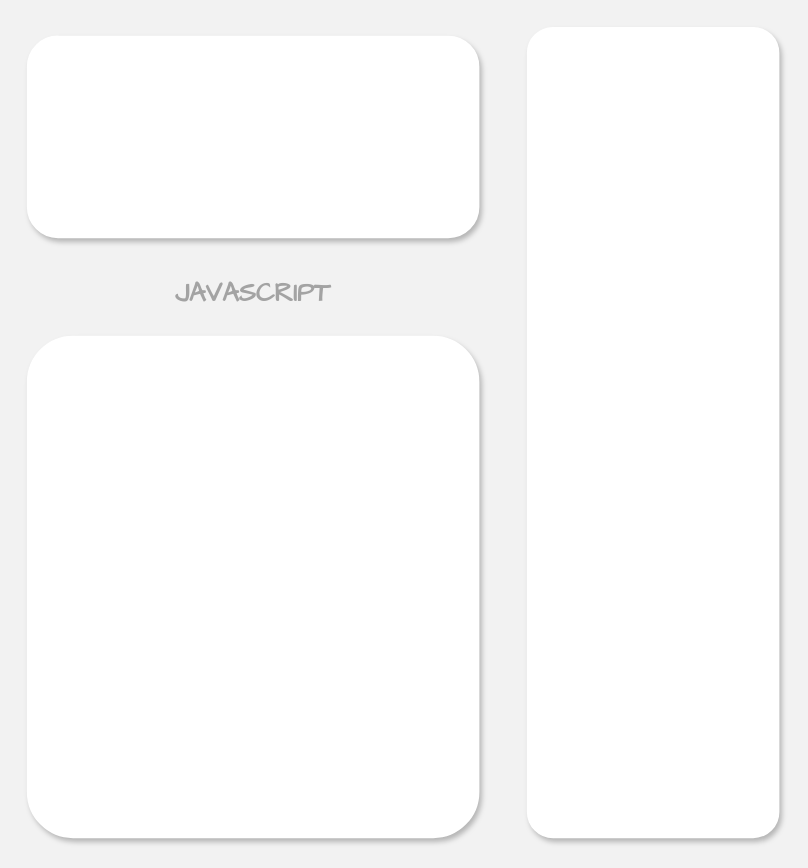
Above: Node.js架构.drawio in Yaozongbin0828/UMLetDraw (draw.io), before the change. Source tidied: cells renumbered, new cells numbered last; positions are measured from the earlier drawing's top-left corner, leaving out a move shared by most shapes. Both pictures are drawn from the tidied source at 125%, with x=0, y=0 at pixel (28, 28).
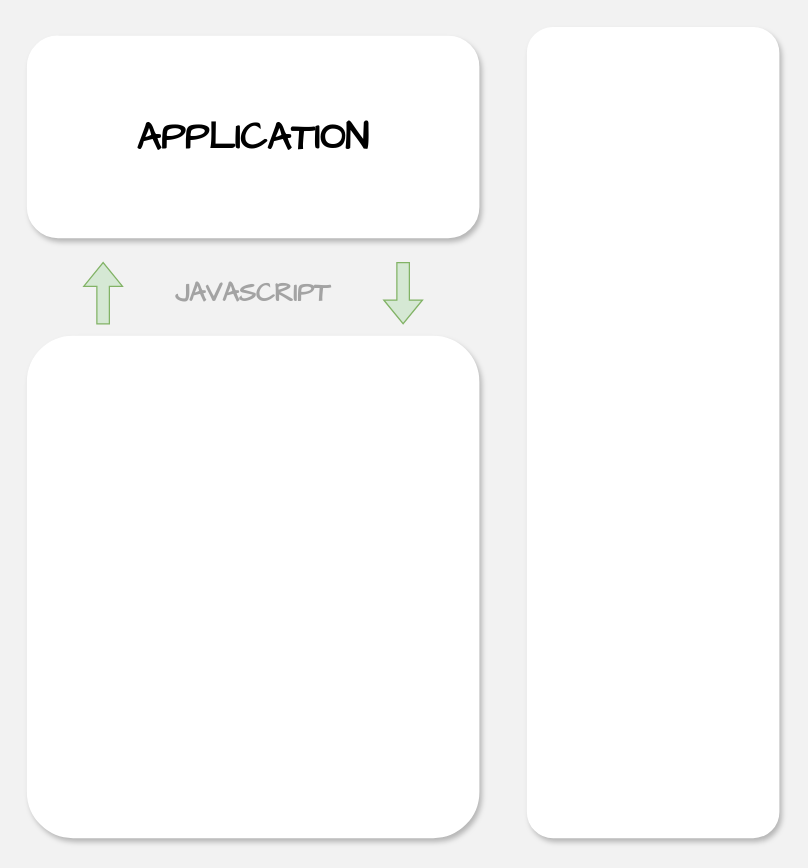
The same page after the edit.

What changed in the source:
```diff
@@
 <mxGraphModel background="#F2F2F2">
   <root>
     <mxCell id="0" />
     <mxCell id="1" parent="0" />
-    <mxCell id="2" style="rounded=1;whiteSpace=wrap;html=1;shadow=1;strokeWidth=2;strokeColor=#FFFFFF;" parent="1" vertex="1">
+    <mxCell id="2" value="&lt;font size=&quot;1&quot; face=&quot;Comic Sans MS&quot; style=&quot;&quot;&gt;&lt;b style=&quot;font-size: 30px;&quot;&gt;APPLICATION&lt;/b&gt;&lt;/font&gt;" style="rounded=1;whiteSpace=wrap;html=1;shadow=1;strokeWidth=2;strokeColor=#FFFFFF;" parent="1" vertex="1">
       <mxGeometry y="7" width="360" height="160" as="geometry" />
     </mxCell>
     <mxCell id="3" style="rounded=1;whiteSpace=wrap;html=1;shadow=1;strokeWidth=2;strokeColor=#FFFFFF;arcSize=10;" parent="1" vertex="1">
       <mxGeometry y="247" width="360" height="400" as="geometry" />
     </mxCell>
     <mxCell id="4" style="rounded=1;whiteSpace=wrap;html=1;shadow=1;strokeWidth=2;strokeColor=#FFFFFF;arcSize=10;" parent="1" vertex="1">
       <mxGeometry x="400" width="200" height="647" as="geometry" />
     </mxCell>
     <mxCell id="5" value="&lt;b&gt;&lt;font color=&quot;#a3a3a3&quot; face=&quot;Comic Sans MS&quot; style=&quot;font-size: 21px;&quot;&gt;JAVASCRIPT&lt;/font&gt;&lt;/b&gt;" style="text;html=1;align=center;verticalAlign=middle;whiteSpace=wrap;rounded=0;" parent="1" vertex="1">
       <mxGeometry x="150" y="197" width="60" height="30" as="geometry" />
     </mxCell>
+    <mxCell id="6" style="shape=flexArrow;endArrow=classic;html=1;rounded=0;fillColor=#d5e8d4;strokeColor=#82b366;" parent="1" edge="1">
+      <mxGeometry relative="1" as="geometry">
+        <mxPoint x="60" y="237" as="sourcePoint" />
+        <mxPoint x="60" y="187" as="targetPoint" />
+      </mxGeometry>
+    </mxCell>
+    <mxCell id="7" style="shape=flexArrow;endArrow=classic;html=1;rounded=0;fillColor=#d5e8d4;strokeColor=#82b366;" parent="1" edge="1">
+      <mxGeometry relative="1" as="geometry">
+        <mxPoint x="300" y="187" as="sourcePoint" />
+        <mxPoint x="300" y="237" as="targetPoint" />
+      </mxGeometry>
+    </mxCell>
   </root>
 </mxGraphModel>
```
